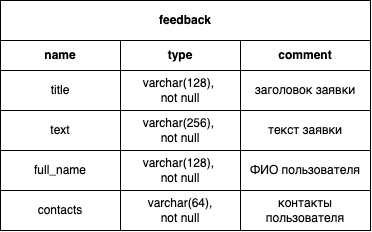
Above: feedback.png in Misha-creato/django_feedback (draw.io), before the change. Source tidied: cells renumbered, new cells last; positions are measured from the earlier drawing's top-left corner, leaving out a move shared by most shapes. The source it was exported from:
```xml
<mxGraphModel>
  <root>
    <mxCell id="0" />
    <mxCell id="1" parent="0" />
    <mxCell id="2" value="title" style="rounded=0;whiteSpace=wrap;html=1;" parent="1" vertex="1">
      <mxGeometry y="70" width="120" height="40" as="geometry" />
    </mxCell>
    <mxCell id="3" value="text" style="rounded=0;whiteSpace=wrap;html=1;" parent="1" vertex="1">
      <mxGeometry y="110" width="120" height="40" as="geometry" />
    </mxCell>
    <mxCell id="4" value="full_name" style="rounded=0;whiteSpace=wrap;html=1;" parent="1" vertex="1">
      <mxGeometry y="150" width="120" height="40" as="geometry" />
    </mxCell>
    <mxCell id="5" value="contacts" style="rounded=0;whiteSpace=wrap;html=1;" parent="1" vertex="1">
      <mxGeometry y="190" width="120" height="40" as="geometry" />
    </mxCell>
    <mxCell id="6" value="varchar(128),&amp;nbsp;&lt;div&gt;not null&lt;/div&gt;" style="rounded=0;whiteSpace=wrap;html=1;" parent="1" vertex="1">
      <mxGeometry x="120" y="70" width="120" height="40" as="geometry" />
    </mxCell>
    <mxCell id="7" value="varchar(256),&amp;nbsp;&lt;div&gt;not null&lt;/div&gt;" style="rounded=0;whiteSpace=wrap;html=1;" parent="1" vertex="1">
      <mxGeometry x="120" y="110" width="120" height="40" as="geometry" />
    </mxCell>
    <mxCell id="8" value="varchar(128),&amp;nbsp;&lt;div&gt;not null&lt;/div&gt;" style="rounded=0;whiteSpace=wrap;html=1;" parent="1" vertex="1">
      <mxGeometry x="120" y="150" width="120" height="40" as="geometry" />
    </mxCell>
    <mxCell id="9" value="varchar(64),&lt;div&gt;not null&lt;/div&gt;" style="rounded=0;whiteSpace=wrap;html=1;" parent="1" vertex="1">
      <mxGeometry x="120" y="190" width="120" height="40" as="geometry" />
    </mxCell>
    <mxCell id="10" value="заголовок заявки" style="rounded=0;whiteSpace=wrap;html=1;" parent="1" vertex="1">
      <mxGeometry x="240" y="70" width="130" height="40" as="geometry" />
    </mxCell>
    <mxCell id="11" value="текст заявки" style="rounded=0;whiteSpace=wrap;html=1;" parent="1" vertex="1">
      <mxGeometry x="240" y="110" width="130" height="40" as="geometry" />
    </mxCell>
    <mxCell id="12" value="ФИО пользователя" style="rounded=0;whiteSpace=wrap;html=1;" parent="1" vertex="1">
      <mxGeometry x="240" y="150" width="130" height="40" as="geometry" />
    </mxCell>
    <mxCell id="13" value="контакты пользователя" style="rounded=0;whiteSpace=wrap;html=1;" parent="1" vertex="1">
      <mxGeometry x="240" y="190" width="130" height="40" as="geometry" />
    </mxCell>
    <mxCell id="14" value="feedback" style="rounded=0;whiteSpace=wrap;html=1;fontStyle=1;" parent="1" vertex="1">
      <mxGeometry width="370" height="40" as="geometry" />
    </mxCell>
    <mxCell id="15" value="name" style="rounded=0;whiteSpace=wrap;html=1;fontStyle=1;" parent="1" vertex="1">
      <mxGeometry y="40" width="120" height="30" as="geometry" />
    </mxCell>
    <mxCell id="16" value="type" style="rounded=0;whiteSpace=wrap;html=1;fontStyle=1;" parent="1" vertex="1">
      <mxGeometry x="120" y="40" width="120" height="30" as="geometry" />
    </mxCell>
    <mxCell id="17" value="comment" style="rounded=0;whiteSpace=wrap;html=1;fontStyle=1;" parent="1" vertex="1">
      <mxGeometry x="240" y="40" width="130" height="30" as="geometry" />
    </mxCell>
  </root>
</mxGraphModel>
```
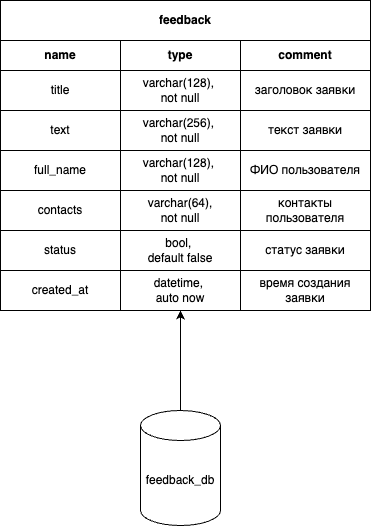
The same file after the commit.

Change to the diagram source:
```diff
@@ -14,15 +14,15 @@
     <mxCell id="5" value="contacts" style="rounded=0;whiteSpace=wrap;html=1;" parent="1" vertex="1">
       <mxGeometry y="190" width="120" height="40" as="geometry" />
     </mxCell>
-    <mxCell id="6" value="varchar(128),&amp;nbsp;&lt;div&gt;not null&lt;/div&gt;" style="rounded=0;whiteSpace=wrap;html=1;" parent="1" vertex="1">
-      <mxGeometry x="120" y="70" width="120" height="40" as="geometry" />
-    </mxCell>
+    <mxCell id="18" value="varchar(128),&amp;nbsp;&lt;div&gt;not null&lt;/div&gt;" style="rounded=0;whiteSpace=wrap;html=1;" parent="1" vertex="1">
+      <mxGeometry x="120" y="70" width="120" height="40" as="geometry" />
+    </mxCell>
     <mxCell id="7" value="varchar(256),&amp;nbsp;&lt;div&gt;not null&lt;/div&gt;" style="rounded=0;whiteSpace=wrap;html=1;" parent="1" vertex="1">
       <mxGeometry x="120" y="110" width="120" height="40" as="geometry" />
     </mxCell>
-    <mxCell id="8" value="varchar(128),&amp;nbsp;&lt;div&gt;not null&lt;/div&gt;" style="rounded=0;whiteSpace=wrap;html=1;" parent="1" vertex="1">
-      <mxGeometry x="120" y="150" width="120" height="40" as="geometry" />
-    </mxCell>
+    <mxCell id="19" value="varchar(128),&amp;nbsp;&lt;div&gt;not null&lt;/div&gt;" style="rounded=0;whiteSpace=wrap;html=1;" parent="1" vertex="1">
+      <mxGeometry x="120" y="150" width="120" height="40" as="geometry" />
+    </mxCell>
     <mxCell id="9" value="varchar(64),&lt;div&gt;not null&lt;/div&gt;" style="rounded=0;whiteSpace=wrap;html=1;" parent="1" vertex="1">
       <mxGeometry x="120" y="190" width="120" height="40" as="geometry" />
     </mxCell>
@@ -50,5 +50,29 @@
     <mxCell id="17" value="comment" style="rounded=0;whiteSpace=wrap;html=1;fontStyle=1;" parent="1" vertex="1">
       <mxGeometry x="240" y="40" width="130" height="30" as="geometry" />
     </mxCell>
+    <mxCell id="20" value="status" style="rounded=0;whiteSpace=wrap;html=1;" parent="1" vertex="1">
+      <mxGeometry y="230" width="120" height="40" as="geometry" />
+    </mxCell>
+    <mxCell id="21" value="bool,&amp;nbsp;&lt;div&gt;default false&lt;/div&gt;" style="rounded=0;whiteSpace=wrap;html=1;" parent="1" vertex="1">
+      <mxGeometry x="120" y="230" width="120" height="40" as="geometry" />
+    </mxCell>
+    <mxCell id="22" value="статус заявки" style="rounded=0;whiteSpace=wrap;html=1;" parent="1" vertex="1">
+      <mxGeometry x="240" y="230" width="130" height="40" as="geometry" />
+    </mxCell>
+    <mxCell id="23" value="сreated_at" style="rounded=0;whiteSpace=wrap;html=1;" parent="1" vertex="1">
+      <mxGeometry y="270" width="120" height="40" as="geometry" />
+    </mxCell>
+    <mxCell id="24" value="datetime,&amp;nbsp;&lt;div&gt;auto now&lt;/div&gt;" style="rounded=0;whiteSpace=wrap;html=1;" parent="1" vertex="1">
+      <mxGeometry x="120" y="270" width="120" height="40" as="geometry" />
+    </mxCell>
+    <mxCell id="25" value="время создания заявки" style="rounded=0;whiteSpace=wrap;html=1;" parent="1" vertex="1">
+      <mxGeometry x="240" y="270" width="130" height="40" as="geometry" />
+    </mxCell>
+    <mxCell id="26" style="edgeStyle=orthogonalEdgeStyle;rounded=0;jettySize=auto;html=1;" parent="1" edge="1" source="27" target="24">
+      <mxGeometry relative="1" as="geometry" />
+    </mxCell>
+    <mxCell id="27" value="feedback_db" style="shape=cylinder3;whiteSpace=wrap;html=1;boundedLbl=1;backgroundOutline=1;size=15;" parent="1" vertex="1">
+      <mxGeometry x="140" y="410" width="80" height="115" as="geometry" />
+    </mxCell>
   </root>
 </mxGraphModel>
```
